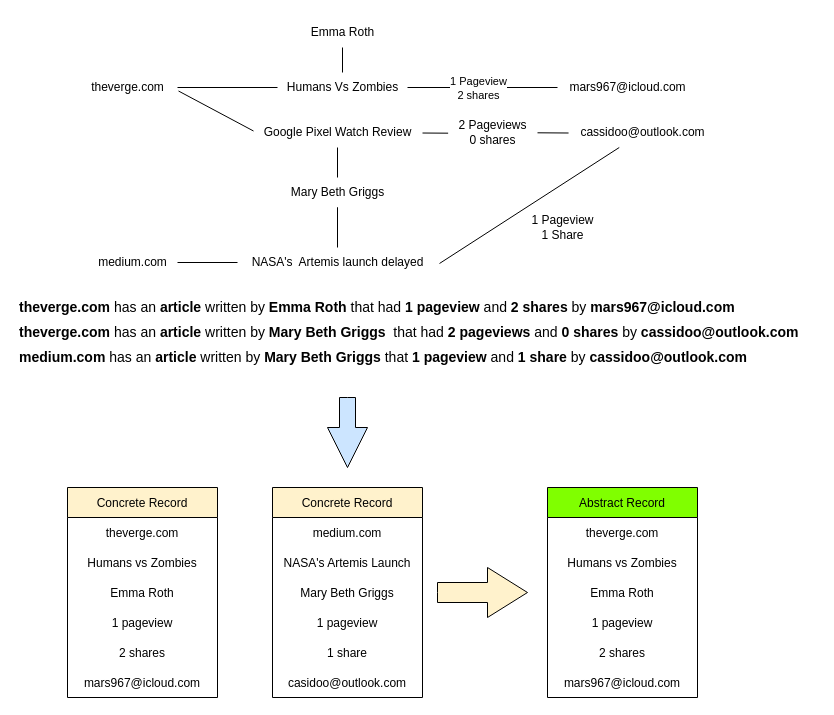
This is docs/presentations/dimensional_modeling-pt2/images/ConcreteDiagram.drawio from chipzx92/DataEngineeringI320, a draw.io file, before an edit. Source tidied: cells renumbered, new cells numbered last; positions are measured from the earlier drawing's top-left corner, leaving out a move shared by most shapes. Both pictures are drawn from the tidied source at 100%, with x=0, y=0 at pixel (17, 17).
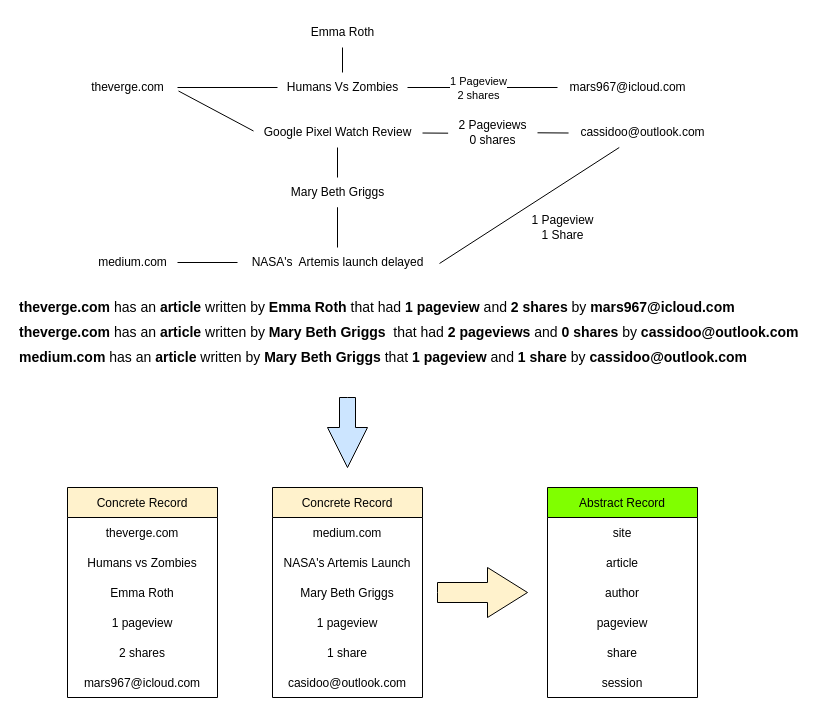
After the change.

Commit message (it also covers changes not shown here):
Fix abstract model. Add conceptual diagram

Unchanged cells that the change refers to:
```xml
<mxCell id="39" value="Abstract Record" style="swimlane;fontStyle=0;horizontal=1;startSize=30;fillColor=#80FF00;align=center;" parent="1" vertex="1">
  <mxGeometry x="530" y="470" width="150" height="210" as="geometry" />
</mxCell>
```

Change to the diagram source:
```diff
@@
-    <mxCell id="40" value="theverge.com" style="text;strokeColor=none;fillColor=none;align=center;verticalAlign=middle;spacingLeft=4;spacingRight=4;overflow=hidden;" parent="39" vertex="1">
+    <mxCell id="40" value="site" style="text;strokeColor=none;fillColor=none;align=center;verticalAlign=middle;spacingLeft=4;spacingRight=4;overflow=hidden;" parent="39" vertex="1">
       <mxGeometry y="30" width="150" height="30" as="geometry" />
     </mxCell>
-    <mxCell id="41" value="Humans vs Zombies" style="text;strokeColor=none;fillColor=none;align=center;verticalAlign=middle;spacingLeft=4;spacingRight=4;overflow=hidden;" parent="39" vertex="1">
+    <mxCell id="41" value="article" style="text;strokeColor=none;fillColor=none;align=center;verticalAlign=middle;spacingLeft=4;spacingRight=4;overflow=hidden;" parent="39" vertex="1">
       <mxGeometry y="60" width="150" height="30" as="geometry" />
     </mxCell>
-    <mxCell id="42" value="Emma Roth" style="text;strokeColor=none;fillColor=none;align=center;verticalAlign=middle;spacingLeft=4;spacingRight=4;overflow=hidden;" parent="39" vertex="1">
+    <mxCell id="42" value="author" style="text;strokeColor=none;fillColor=none;align=center;verticalAlign=middle;spacingLeft=4;spacingRight=4;overflow=hidden;" parent="39" vertex="1">
       <mxGeometry y="90" width="150" height="30" as="geometry" />
     </mxCell>
-    <mxCell id="43" value="1 pageview" style="text;strokeColor=none;fillColor=none;align=center;verticalAlign=middle;spacingLeft=4;spacingRight=4;overflow=hidden;" parent="39" vertex="1">
+    <mxCell id="43" value="pageview" style="text;strokeColor=none;fillColor=none;align=center;verticalAlign=middle;spacingLeft=4;spacingRight=4;overflow=hidden;" parent="39" vertex="1">
       <mxGeometry y="120" width="150" height="30" as="geometry" />
     </mxCell>
-    <mxCell id="44" value="2 shares" style="text;strokeColor=none;fillColor=none;align=center;verticalAlign=middle;spacingLeft=4;spacingRight=4;overflow=hidden;" parent="39" vertex="1">
+    <mxCell id="44" value="share" style="text;strokeColor=none;fillColor=none;align=center;verticalAlign=middle;spacingLeft=4;spacingRight=4;overflow=hidden;" parent="39" vertex="1">
       <mxGeometry y="150" width="150" height="30" as="geometry" />
     </mxCell>
-    <mxCell id="45" value="mars967@icloud.com" style="text;strokeColor=none;fillColor=none;align=center;verticalAlign=middle;spacingLeft=4;spacingRight=4;overflow=hidden;" parent="39" vertex="1">
+    <mxCell id="45" value="session" style="text;strokeColor=none;fillColor=none;align=center;verticalAlign=middle;spacingLeft=4;spacingRight=4;overflow=hidden;" parent="39" vertex="1">
       <mxGeometry y="180" width="150" height="30" as="geometry" />
     </mxCell>
```
